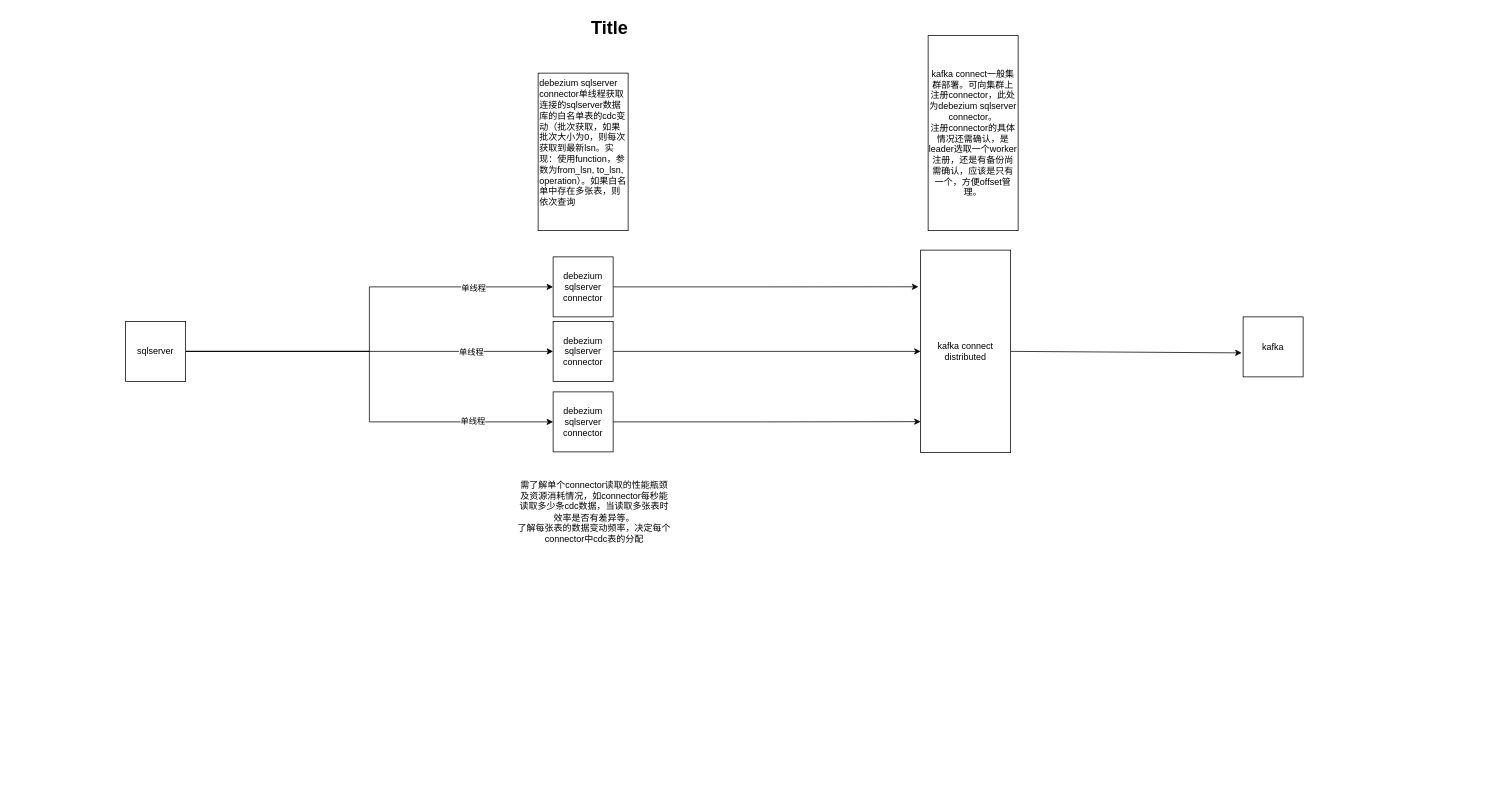
Above: 2021/Untitled Diagram.drawio in nanaliulei/studyPlan (draw.io), before the change. Source tidied: cells renumbered, new cells numbered last; positions are measured from the earlier drawing's top-left corner, leaving out a move shared by most shapes. Both pictures are drawn from the tidied source at 75%, with x=0, y=0 at pixel (13, 13).
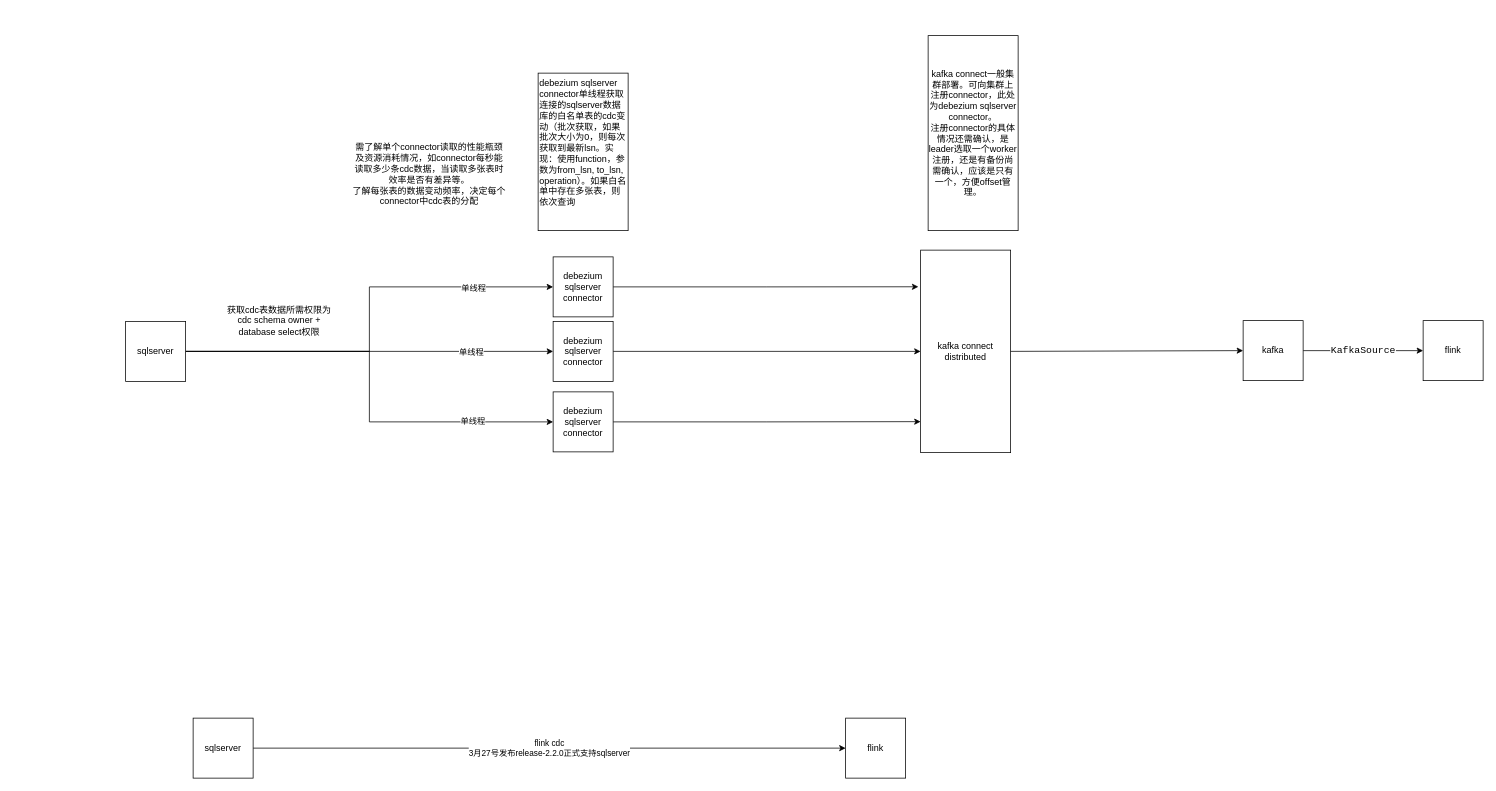
The same page after the edit.

The change refers to these unchanged cells:
```xml
<mxCell id="17" value="kafka connect&lt;br&gt;distributed" style="rounded=0;whiteSpace=wrap;html=1;gradientColor=none;" parent="1" vertex="1">
  <mxGeometry x="1210" y="316" width="120" height="270" as="geometry" />
</mxCell>
```

Change to the diagram source:
```diff
@@
-    <mxCell id="3" value="Title" style="text;strokeColor=none;fillColor=none;html=1;fontSize=24;fontStyle=1;verticalAlign=middle;align=center;" parent="1" vertex="1">
-      <mxGeometry width="1590" height="40" as="geometry" />
-    </mxCell>
@@
+    <mxCell id="22" value="&lt;pre style=&quot;background-color: #ffffff ; color: #080808 ; font-family: &amp;quot;jetbrains mono&amp;quot; , monospace ; font-size: 9.8pt&quot;&gt;&lt;span style=&quot;color: #000000&quot;&gt;KafkaSource&lt;/span&gt;&lt;/pre&gt;" style="edgeStyle=orthogonalEdgeStyle;rounded=0;jettySize=auto;html=1;exitX=1;exitY=0.5;exitDx=0;exitDy=0;" parent="1" edge="1" source="18" target="23">
+      <mxGeometry relative="1" as="geometry" />
+    </mxCell>
     <mxCell id="18" value="kafka" style="whiteSpace=wrap;html=1;gradientColor=none;" parent="1" vertex="1">
-      <mxGeometry x="1640" y="405" width="80" height="80" as="geometry" />
+      <mxGeometry x="1640" y="410" width="80" height="80" as="geometry" />
     </mxCell>
-    <mxCell id="19" style="endArrow=classic;html=1;rounded=0;exitX=1;exitY=0.5;exitDx=0;exitDy=0;entryX=-0.025;entryY=0.6;entryDx=0;entryDy=0;entryPerimeter=0;" parent="1" edge="1" source="17" target="18">
+    <mxCell id="19" style="endArrow=classic;html=1;rounded=0;exitX=1;exitY=0.5;exitDx=0;exitDy=0;entryX=0;entryY=0.5;entryDx=0;entryDy=0;" parent="1" edge="1" source="17" target="18">
       <mxGeometry relative="1" as="geometry" />
     </mxCell>
@@
     <mxCell id="21" value="需了解单个connector读取的性能瓶颈及资源消耗情况，如connector每秒能读取多少条cdc数据，当读取多张表时效率是否有差异等。&lt;br&gt;了解每张表的数据变动频率，决定每个connector中cdc表的分配" style="text;html=1;strokeColor=none;fillColor=none;align=center;verticalAlign=middle;whiteSpace=wrap;rounded=0;" parent="1" vertex="1">
-      <mxGeometry x="670" y="610" width="210" height="110" as="geometry" />
+      <mxGeometry x="450" y="160" width="210" height="110" as="geometry" />
     </mxCell>
+    <mxCell id="23" value="flink" style="whiteSpace=wrap;html=1;gradientColor=none;" parent="1" vertex="1">
+      <mxGeometry x="1880" y="410" width="80" height="80" as="geometry" />
+    </mxCell>
+    <mxCell id="24" value="flink cdc&lt;br&gt;3月27号发布release-2.2.0正式支持sqlserver" style="edgeStyle=orthogonalEdgeStyle;rounded=0;jettySize=auto;html=1;entryX=0;entryY=0.5;entryDx=0;entryDy=0;" parent="1" edge="1" source="25" target="27">
+      <mxGeometry relative="1" as="geometry" />
+    </mxCell>
+    <mxCell id="25" value="sqlserver" style="whiteSpace=wrap;html=1;gradientColor=none;" parent="1" vertex="1">
+      <mxGeometry x="240" y="940" width="80" height="80" as="geometry" />
+    </mxCell>
+    <mxCell id="26" value="获取cdc表数据所需权限为cdc schema owner + database select权限" style="text;html=1;strokeColor=none;fillColor=none;align=center;verticalAlign=middle;whiteSpace=wrap;rounded=0;" parent="1" vertex="1">
+      <mxGeometry x="280" y="380" width="150" height="60" as="geometry" />
+    </mxCell>
+    <mxCell id="27" value="flink" style="whiteSpace=wrap;html=1;gradientColor=none;" parent="1" vertex="1">
+      <mxGeometry x="1110" y="940" width="80" height="80" as="geometry" />
+    </mxCell>
```
